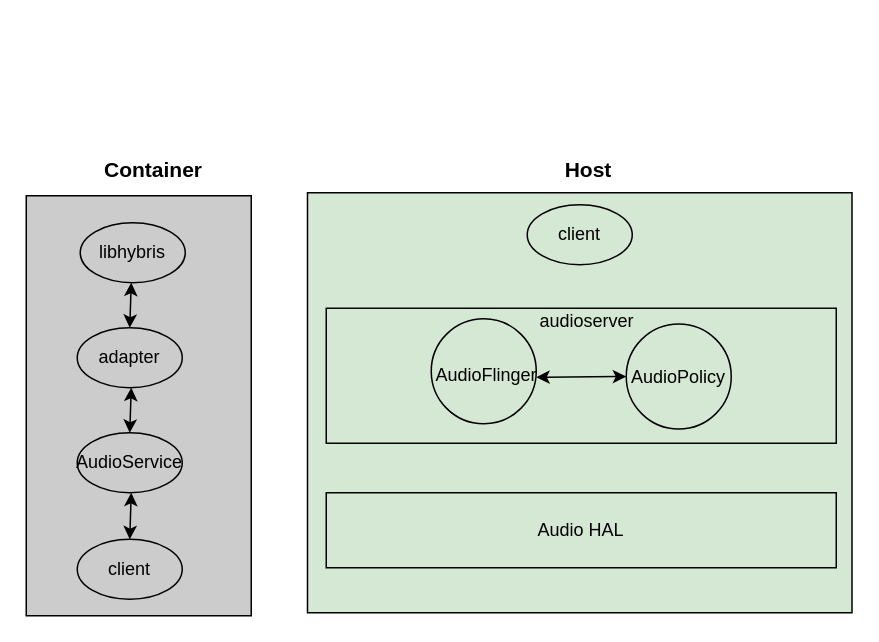
Earlier version of the draw.io diagram 基于Ubuntu touch方案定制.drawio (weiyihz/aapt). Source tidied: cells renumbered, new cells numbered last; positions are measured from the earlier drawing's top-left corner, leaving out a move shared by most shapes. Both pictures are drawn from the tidied source at 150%, with x=0, y=0 at pixel (26, 27).
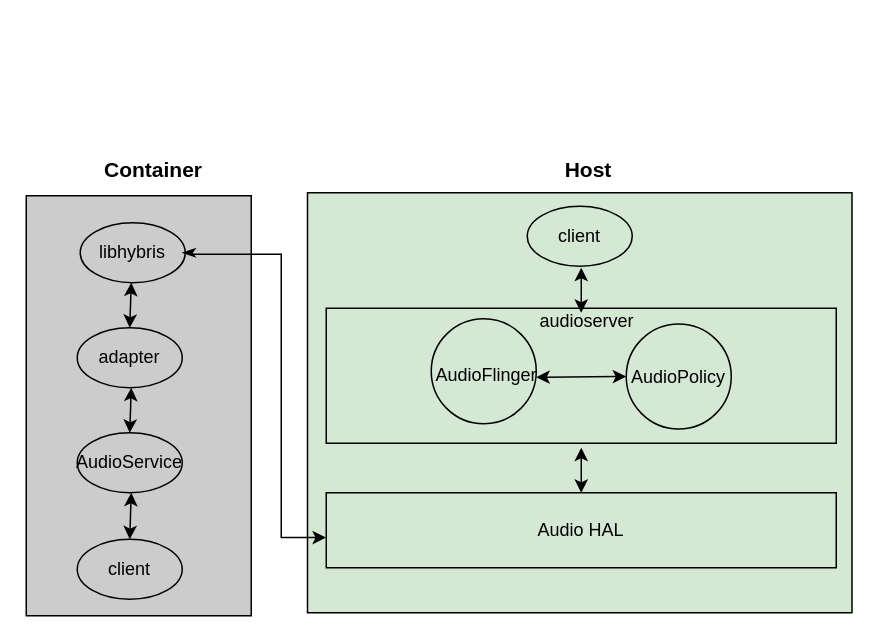
The same diagram, later.

Commit message (it also covers changes not shown here):
Update 基于Ubuntu touch方案定制.drawio

Unchanged cells that the change refers to:
```xml
<mxCell id="2" style="rounded=0;whiteSpace=wrap;html=1;fillColor=#D5E8D4;" parent="1" vertex="1">
  <mxGeometry x="187.5" y="110" width="363" height="280" as="geometry" />
</mxCell>
<mxCell id="9" value="audioserver" style="text;html=1;align=center;verticalAlign=middle;whiteSpace=wrap;rounded=0;" parent="1" vertex="1">
  <mxGeometry x="344" y="181" width="60" height="30" as="geometry" />
</mxCell>
<mxCell id="21" value="Audio HAL" style="rounded=0;whiteSpace=wrap;html=1;fillColor=#D5E8D4;" parent="1" vertex="1">
  <mxGeometry x="200" y="310" width="340" height="50" as="geometry" />
</mxCell>
```

The edit, as a diff of the source:
```diff
@@
     <mxCell id="7" value="client" style="ellipse;whiteSpace=wrap;html=1;fillColor=#D5E8D4;" parent="1" vertex="1">
-      <mxGeometry x="334" y="118" width="70" height="40" as="geometry" />
+      <mxGeometry x="334" y="119" width="70" height="40" as="geometry" />
     </mxCell>
@@
+    <mxCell id="22" style="endArrow=classic;html=1;rounded=0;edgeStyle=orthogonalEdgeStyle;entryX=0.034;entryY=0.821;entryDx=0;entryDy=0;entryPerimeter=0;startArrow=classicThin;startFill=1;endFill=1;" parent="1" edge="1" target="2">
+      <mxGeometry relative="1" as="geometry">
+        <mxPoint x="104" y="150" as="sourcePoint" />
+        <Array as="points">
+          <mxPoint x="110" y="150" />
+          <mxPoint x="110" y="151" />
+          <mxPoint x="170" y="151" />
+          <mxPoint x="170" y="340" />
+        </Array>
+      </mxGeometry>
+    </mxCell>
+    <mxCell id="23" style="endArrow=classic;startArrow=classic;html=1;rounded=0;" parent="1" edge="1" source="21">
+      <mxGeometry relative="1" as="geometry">
+        <mxPoint x="370" y="280" as="targetPoint" />
+      </mxGeometry>
+    </mxCell>
+    <mxCell id="24" style="endArrow=classic;startArrow=classic;html=1;rounded=0;exitX=0.433;exitY=0.3;exitDx=0;exitDy=0;exitPerimeter=0;" parent="1" edge="1" source="9">
+      <mxGeometry relative="1" as="geometry">
+        <mxPoint x="370" y="160" as="targetPoint" />
+      </mxGeometry>
+    </mxCell>
```
